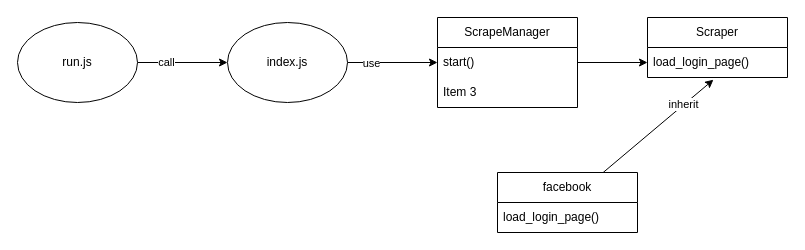
This is doc/class.drawio from robertzengcn/social-marketing, a draw.io file, before an edit. Source tidied: cells renumbered, new cells numbered last; positions are measured from the earlier drawing's top-left corner, leaving out a move shared by most shapes. Both pictures are drawn from the tidied source at 100%, with x=0, y=0 at pixel (17, 17).
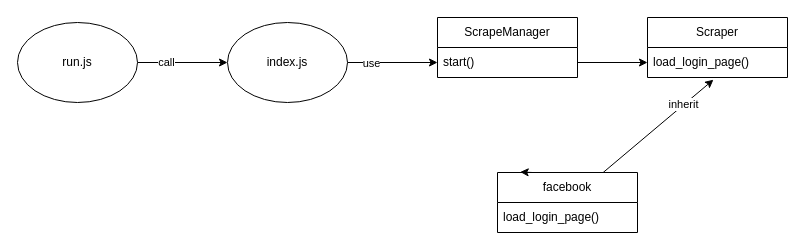
Above is the later version.

The edit, as a diff of the source:
```diff
@@
 <mxGraphModel>
   <root>
     <mxCell id="0" />
     <mxCell id="1" parent="0" />
     <mxCell id="2" style="edgeStyle=none;html=1;exitX=1;exitY=0.5;exitDx=0;exitDy=0;entryX=0;entryY=0.5;entryDx=0;entryDy=0;" parent="1" edge="1" source="4" target="7">
       <mxGeometry relative="1" as="geometry" />
     </mxCell>
     <mxCell id="3" value="call" style="edgeLabel;html=1;align=center;verticalAlign=middle;" parent="2" vertex="1">
       <mxGeometry x="-0.38" y="1" relative="1" as="geometry" />
     </mxCell>
     <mxCell id="4" value="run.js" style="ellipse;whiteSpace=wrap;html=1;" parent="1" vertex="1">
       <mxGeometry y="5" width="120" height="80" as="geometry" />
     </mxCell>
     <mxCell id="5" style="edgeStyle=none;html=1;exitX=1;exitY=0.5;exitDx=0;exitDy=0;" parent="1" edge="1" source="7" target="9">
       <mxGeometry relative="1" as="geometry" />
     </mxCell>
     <mxCell id="6" value="use" style="edgeLabel;html=1;align=center;verticalAlign=middle;" parent="5" vertex="1">
       <mxGeometry x="-0.48" relative="1" as="geometry" />
     </mxCell>
     <mxCell id="7" value="index.js" style="ellipse;whiteSpace=wrap;html=1;" parent="1" vertex="1">
       <mxGeometry x="210" y="5" width="120" height="80" as="geometry" />
     </mxCell>
     <mxCell id="8" value="ScrapeManager" style="swimlane;fontStyle=0;horizontal=1;startSize=30;whiteSpace=wrap;html=1;" parent="1" vertex="1">
-      <mxGeometry x="420" width="140" height="90" as="geometry" />
+      <mxGeometry x="420" width="140" height="60" as="geometry" />
     </mxCell>
     <mxCell id="9" value="start()" style="text;strokeColor=none;fillColor=none;align=left;verticalAlign=middle;spacingLeft=4;spacingRight=4;overflow=hidden;points=[[0,0.5],[1,0.5]];portConstraint=eastwest;whiteSpace=wrap;html=1;" parent="8" vertex="1">
       <mxGeometry y="30" width="140" height="30" as="geometry" />
     </mxCell>
-    <mxCell id="10" value="Item 3" style="text;strokeColor=none;fillColor=none;align=left;verticalAlign=middle;spacingLeft=4;spacingRight=4;overflow=hidden;whiteSpace=wrap;html=1;" parent="8" vertex="1">
-      <mxGeometry y="60" width="140" height="30" as="geometry" />
-    </mxCell>
     <mxCell id="11" value="Scraper" style="swimlane;fontStyle=0;horizontal=1;startSize=30;whiteSpace=wrap;html=1;" parent="1" vertex="1">
       <mxGeometry x="630" width="140" height="60" as="geometry" />
     </mxCell>
     <mxCell id="12" value="load_login_page()" style="text;strokeColor=none;fillColor=none;align=left;verticalAlign=middle;spacingLeft=4;spacingRight=4;overflow=hidden;points=[[0,0.5],[1,0.5]];portConstraint=eastwest;whiteSpace=wrap;html=1;" parent="11" vertex="1">
       <mxGeometry y="30" width="140" height="30" as="geometry" />
     </mxCell>
     <mxCell id="13" style="edgeStyle=none;html=1;entryX=0.471;entryY=1.073;entryDx=0;entryDy=0;entryPerimeter=0;" parent="1" edge="1" source="15" target="12">
       <mxGeometry relative="1" as="geometry" />
     </mxCell>
     <mxCell id="14" value="inherit" style="edgeLabel;html=1;align=center;verticalAlign=middle;" parent="13" vertex="1">
       <mxGeometry x="0.46" y="1" relative="1" as="geometry" />
     </mxCell>
     <mxCell id="15" value="facebook" style="swimlane;fontStyle=0;horizontal=1;startSize=30;whiteSpace=wrap;html=1;" parent="1" vertex="1">
       <mxGeometry x="480" y="155" width="140" height="60" as="geometry" />
     </mxCell>
     <mxCell id="16" value="load_login_page()" style="text;strokeColor=none;fillColor=none;align=left;verticalAlign=middle;spacingLeft=4;spacingRight=4;overflow=hidden;whiteSpace=wrap;html=1;" parent="15" vertex="1">
       <mxGeometry y="30" width="140" height="30" as="geometry" />
     </mxCell>
     <mxCell id="17" style="edgeStyle=none;html=1;entryX=0;entryY=0.5;entryDx=0;entryDy=0;" parent="1" edge="1" source="9" target="12">
       <mxGeometry relative="1" as="geometry" />
     </mxCell>
+    <mxCell id="18" style="edgeStyle=none;html=1;exitX=0.25;exitY=0;exitDx=0;exitDy=0;entryX=0.162;entryY=-0.008;entryDx=0;entryDy=0;entryPerimeter=0;" parent="1" edge="1" source="15" target="15">
+      <mxGeometry relative="1" as="geometry" />
+    </mxCell>
   </root>
 </mxGraphModel>
```
